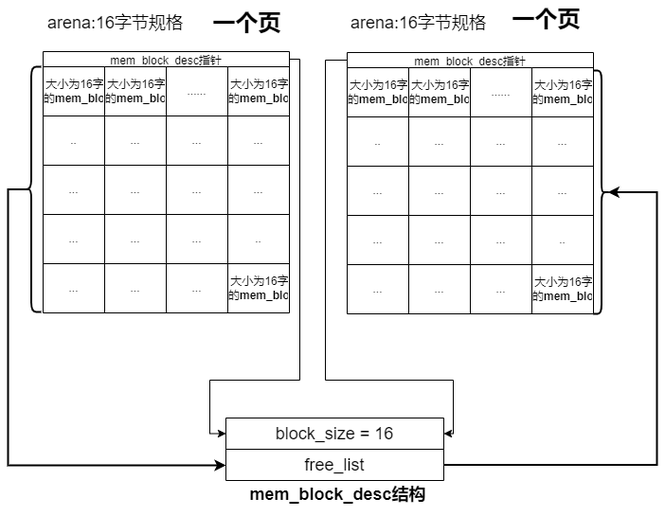
The draw.io diagram OS/arena图示.drawio.png in SixPlusAndTimes/drawio, before a commit. Source tidied: cells renumbered, new cells last; positions are measured from the earlier drawing's top-left corner, leaving out a move shared by most shapes.
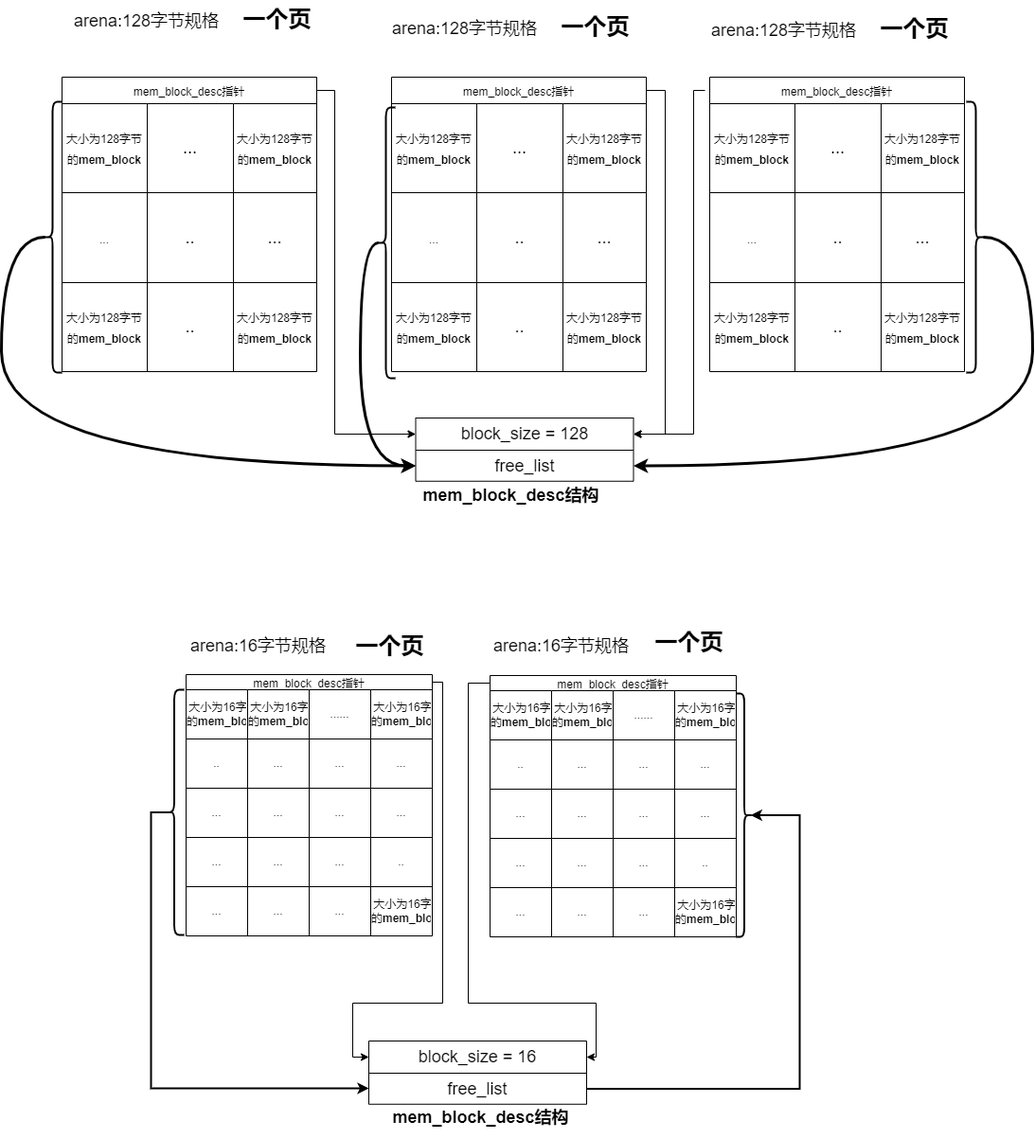
After the commit.

Diff of the diagram source:
```diff
@@ -199,12 +199,12 @@
     <mxCell id="65" style="shape=table;startSize=0;fontSize=18;" parent="1" vertex="1">
-      <mxGeometry x="230" y="441" width="230" height="66" as="geometry" />
+      <mxGeometry x="230" y="441" width="230" height="66.8" as="geometry" />
     </mxCell>
     <mxCell id="66" style="shape=tableRow;horizontal=0;startSize=0;swimlaneHead=0;swimlaneBody=0;top=0;left=0;bottom=0;right=0;fillColor=none;points=[[0,0.5],[1,0.5]];portConstraint=eastwest;fontSize=18;" parent="65" vertex="1">
-      <mxGeometry width="230" height="33" as="geometry" />
+      <mxGeometry width="230" height="34" as="geometry" />
     </mxCell>
     <mxCell id="67" value="block_size = 16" style="shape=partialRectangle;html=1;whiteSpace=wrap;overflow=hidden;fillColor=none;top=0;left=0;bottom=0;right=0;fontSize=18;" parent="66" vertex="1">
-      <mxGeometry width="230" height="33" as="geometry" />
+      <mxGeometry width="230" height="34" as="geometry" />
     </mxCell>
     <mxCell id="68" style="shape=tableRow;horizontal=0;startSize=0;swimlaneHead=0;swimlaneBody=0;top=0;left=0;bottom=0;right=0;fillColor=none;points=[[0,0.5],[1,0.5]];portConstraint=eastwest;fontSize=18;" parent="65" vertex="1">
-      <mxGeometry y="33" width="230" height="33" as="geometry" />
+      <mxGeometry y="34" width="230" height="33" as="geometry" />
     </mxCell>
@@ -244,2 +244,226 @@
     </mxCell>
+    <mxCell id="74" style="shape=table;startSize=0;fontSize=18;strokeWidth=1;" parent="1" vertex="1">
+      <mxGeometry x="-94" y="-577" width="269" height="311" as="geometry" />
+    </mxCell>
+    <mxCell id="75" style="shape=tableRow;horizontal=0;startSize=0;swimlaneHead=0;swimlaneBody=0;top=0;left=0;bottom=0;right=0;fillColor=none;points=[[0,0.5],[1,0.5]];portConstraint=eastwest;fontSize=18;strokeWidth=2;" parent="74" vertex="1">
+      <mxGeometry width="269" height="28" as="geometry" />
+    </mxCell>
+    <mxCell id="76" value="&lt;span style=&quot;font-size: 12px;&quot;&gt;mem_block_desc指针&lt;/span&gt;" style="shape=partialRectangle;html=1;whiteSpace=wrap;overflow=hidden;fillColor=none;top=0;left=0;bottom=0;right=0;fontSize=18;strokeWidth=2;rowspan=1;colspan=3;" parent="75" vertex="1">
+      <mxGeometry width="269" height="28" as="geometry" />
+    </mxCell>
+    <mxCell id="77" style="shape=tableRow;horizontal=0;startSize=0;swimlaneHead=0;swimlaneBody=0;top=0;left=0;bottom=0;right=0;fillColor=none;fontSize=18;strokeWidth=2;" parent="74" vertex="1">
+      <mxGeometry y="28" width="269" height="94" as="geometry" />
+    </mxCell>
+    <mxCell id="78" value="&lt;span style=&quot;font-size: 12px;&quot;&gt;大小为128字节的&lt;/span&gt;&lt;b style=&quot;font-size: 12px;&quot;&gt;mem_block&lt;/b&gt;" style="shape=partialRectangle;html=1;whiteSpace=wrap;overflow=hidden;fillColor=none;top=0;left=0;bottom=0;right=0;fontSize=18;strokeWidth=2;" parent="77" vertex="1">
+      <mxGeometry width="90" height="94" as="geometry" />
+    </mxCell>
+    <mxCell id="79" value="..." style="shape=partialRectangle;html=1;whiteSpace=wrap;overflow=hidden;fillColor=none;top=0;left=0;bottom=0;right=0;fontSize=18;strokeWidth=2;" parent="77" vertex="1">
+      <mxGeometry x="90" width="91" height="94" as="geometry" />
+    </mxCell>
+    <mxCell id="80" value="&lt;span style=&quot;font-size: 12px;&quot;&gt;大小为128字节的&lt;/span&gt;&lt;b style=&quot;font-size: 12px;&quot;&gt;mem_block&lt;/b&gt;" style="shape=partialRectangle;html=1;whiteSpace=wrap;overflow=hidden;fillColor=none;top=0;left=0;bottom=0;right=0;fontSize=18;strokeWidth=2;" parent="77" vertex="1">
+      <mxGeometry x="181" width="88" height="94" as="geometry" />
+    </mxCell>
+    <mxCell id="81" style="shape=tableRow;horizontal=0;startSize=0;swimlaneHead=0;swimlaneBody=0;top=0;left=0;bottom=0;right=0;fillColor=none;fontSize=18;strokeWidth=2;" parent="74" vertex="1">
+      <mxGeometry y="122" width="269" height="95" as="geometry" />
+    </mxCell>
+    <mxCell id="82" value="&lt;span style=&quot;font-size: 12px;&quot;&gt;...&lt;/span&gt;" style="shape=partialRectangle;html=1;whiteSpace=wrap;overflow=hidden;fillColor=none;top=0;left=0;bottom=0;right=0;fontSize=18;strokeWidth=2;" parent="81" vertex="1">
+      <mxGeometry width="90" height="95" as="geometry" />
+    </mxCell>
+    <mxCell id="83" value=".." style="shape=partialRectangle;html=1;whiteSpace=wrap;overflow=hidden;fillColor=none;top=0;left=0;bottom=0;right=0;fontSize=18;strokeWidth=2;" parent="81" vertex="1">
+      <mxGeometry x="90" width="91" height="95" as="geometry" />
+    </mxCell>
+    <mxCell id="84" value="..." style="shape=partialRectangle;html=1;whiteSpace=wrap;overflow=hidden;fillColor=none;top=0;left=0;bottom=0;right=0;fontSize=18;strokeWidth=2;" parent="81" vertex="1">
+      <mxGeometry x="181" width="88" height="95" as="geometry" />
+    </mxCell>
+    <mxCell id="85" style="shape=tableRow;horizontal=0;startSize=0;swimlaneHead=0;swimlaneBody=0;top=0;left=0;bottom=0;right=0;fillColor=none;fontSize=18;strokeWidth=2;" parent="74" vertex="1">
+      <mxGeometry y="217" width="269" height="94" as="geometry" />
+    </mxCell>
+    <mxCell id="86" value="&lt;span style=&quot;font-size: 12px;&quot;&gt;大小为128字节的&lt;/span&gt;&lt;b style=&quot;font-size: 12px;&quot;&gt;mem_block&lt;/b&gt;" style="shape=partialRectangle;html=1;whiteSpace=wrap;overflow=hidden;fillColor=none;top=0;left=0;bottom=0;right=0;fontSize=18;strokeWidth=2;" parent="85" vertex="1">
+      <mxGeometry width="90" height="94" as="geometry" />
+    </mxCell>
+    <mxCell id="87" value=".." style="shape=partialRectangle;html=1;whiteSpace=wrap;overflow=hidden;fillColor=none;top=0;left=0;bottom=0;right=0;fontSize=18;strokeWidth=2;" parent="85" vertex="1">
+      <mxGeometry x="90" width="91" height="94" as="geometry" />
+    </mxCell>
+    <mxCell id="88" value="&lt;span style=&quot;font-size: 12px;&quot;&gt;大小为128字节的&lt;/span&gt;&lt;b style=&quot;font-size: 12px;&quot;&gt;mem_block&lt;/b&gt;" style="shape=partialRectangle;html=1;whiteSpace=wrap;overflow=hidden;fillColor=none;top=0;left=0;bottom=0;right=0;fontSize=18;strokeWidth=2;" parent="85" vertex="1">
+      <mxGeometry x="181" width="88" height="94" as="geometry" />
+    </mxCell>
+    <mxCell id="89" value="&lt;font style=&quot;font-size: 18px;&quot;&gt;arena:128字节规格&lt;/font&gt;" style="text;html=1;strokeColor=none;fillColor=none;align=center;verticalAlign=middle;whiteSpace=wrap;rounded=0;" parent="1" vertex="1">
+      <mxGeometry x="-83" y="-656" width="157" height="40" as="geometry" />
+    </mxCell>
+    <mxCell id="90" value="一个页" style="text;strokeColor=none;fillColor=none;html=1;fontSize=24;fontStyle=1;verticalAlign=middle;align=center;" parent="1" vertex="1">
+      <mxGeometry x="83" y="-658" width="100" height="40" as="geometry" />
+    </mxCell>
+    <mxCell id="91" value="&lt;font style=&quot;font-size: 18px;&quot;&gt;arena:128字节规格&lt;/font&gt;" style="text;html=1;strokeColor=none;fillColor=none;align=center;verticalAlign=middle;whiteSpace=wrap;rounded=0;" parent="1" vertex="1">
+      <mxGeometry x="253" y="-648" width="157" height="40" as="geometry" />
+    </mxCell>
+    <mxCell id="92" value="一个页" style="text;strokeColor=none;fillColor=none;html=1;fontSize=24;fontStyle=1;verticalAlign=middle;align=center;" parent="1" vertex="1">
+      <mxGeometry x="419" y="-650" width="100" height="40" as="geometry" />
+    </mxCell>
+    <mxCell id="93" value="&lt;font style=&quot;font-size: 18px;&quot;&gt;arena:128字节规格&lt;/font&gt;" style="text;html=1;strokeColor=none;fillColor=none;align=center;verticalAlign=middle;whiteSpace=wrap;rounded=0;" parent="1" vertex="1">
+      <mxGeometry x="590" y="-646" width="157" height="40" as="geometry" />
+    </mxCell>
+    <mxCell id="94" value="一个页" style="text;strokeColor=none;fillColor=none;html=1;fontSize=24;fontStyle=1;verticalAlign=middle;align=center;" parent="1" vertex="1">
+      <mxGeometry x="756" y="-648" width="100" height="40" as="geometry" />
+    </mxCell>
+    <mxCell id="95" value="&lt;font style=&quot;font-size: 18px;&quot;&gt;&lt;b&gt;mem_block_desc结构&lt;/b&gt;&lt;/font&gt;" style="text;html=1;strokeColor=none;fillColor=none;align=center;verticalAlign=middle;whiteSpace=wrap;rounded=0;" parent="1" vertex="1">
+      <mxGeometry x="286" y="-157" width="189" height="44" as="geometry" />
+    </mxCell>
+    <mxCell id="96" style="shape=table;startSize=0;fontSize=18;" parent="1" vertex="1">
+      <mxGeometry x="279.5" y="-217" width="230" height="66.8" as="geometry" />
+    </mxCell>
+    <mxCell id="97" style="shape=tableRow;horizontal=0;startSize=0;swimlaneHead=0;swimlaneBody=0;top=0;left=0;bottom=0;right=0;fillColor=none;points=[[0,0.5],[1,0.5]];portConstraint=eastwest;fontSize=18;" parent="96" vertex="1">
+      <mxGeometry width="230" height="34" as="geometry" />
+    </mxCell>
+    <mxCell id="98" value="block_size = 128" style="shape=partialRectangle;html=1;whiteSpace=wrap;overflow=hidden;fillColor=none;top=0;left=0;bottom=0;right=0;fontSize=18;" parent="97" vertex="1">
+      <mxGeometry width="230" height="34" as="geometry" />
+    </mxCell>
+    <mxCell id="99" style="shape=tableRow;horizontal=0;startSize=0;swimlaneHead=0;swimlaneBody=0;top=0;left=0;bottom=0;right=0;fillColor=none;points=[[0,0.5],[1,0.5]];portConstraint=eastwest;fontSize=18;" parent="96" vertex="1">
+      <mxGeometry y="34" width="230" height="33" as="geometry" />
+    </mxCell>
+    <mxCell id="100" value="free_list" style="shape=partialRectangle;html=1;whiteSpace=wrap;overflow=hidden;fillColor=none;top=0;left=0;bottom=0;right=0;fontSize=18;" parent="99" vertex="1">
+      <mxGeometry width="230" height="33" as="geometry" />
+    </mxCell>
+    <mxCell id="101" style="shape=table;startSize=0;fontSize=18;strokeWidth=1;" parent="1" vertex="1">
+      <mxGeometry x="254" y="-577" width="269" height="311" as="geometry" />
+    </mxCell>
+    <mxCell id="102" style="shape=tableRow;horizontal=0;startSize=0;swimlaneHead=0;swimlaneBody=0;top=0;left=0;bottom=0;right=0;fillColor=none;points=[[0,0.5],[1,0.5]];portConstraint=eastwest;fontSize=18;strokeWidth=2;" parent="101" vertex="1">
+      <mxGeometry width="269" height="28" as="geometry" />
+    </mxCell>
+    <mxCell id="103" value="&lt;span style=&quot;font-size: 12px;&quot;&gt;mem_block_desc指针&lt;/span&gt;" style="shape=partialRectangle;html=1;whiteSpace=wrap;overflow=hidden;fillColor=none;top=0;left=0;bottom=0;right=0;fontSize=18;strokeWidth=2;rowspan=1;colspan=3;" parent="102" vertex="1">
+      <mxGeometry width="269" height="28" as="geometry" />
+    </mxCell>
+    <mxCell id="104" style="shape=tableRow;horizontal=0;startSize=0;swimlaneHead=0;swimlaneBody=0;top=0;left=0;bottom=0;right=0;fillColor=none;fontSize=18;strokeWidth=2;" parent="101" vertex="1">
+      <mxGeometry y="28" width="269" height="94" as="geometry" />
+    </mxCell>
+    <mxCell id="105" value="&lt;span style=&quot;font-size: 12px;&quot;&gt;大小为128字节的&lt;/span&gt;&lt;b style=&quot;font-size: 12px;&quot;&gt;mem_block&lt;/b&gt;" style="shape=partialRectangle;html=1;whiteSpace=wrap;overflow=hidden;fillColor=none;top=0;left=0;bottom=0;right=0;fontSize=18;strokeWidth=2;" parent="104" vertex="1">
+      <mxGeometry width="90" height="94" as="geometry" />
+    </mxCell>
+    <mxCell id="106" value="..." style="shape=partialRectangle;html=1;whiteSpace=wrap;overflow=hidden;fillColor=none;top=0;left=0;bottom=0;right=0;fontSize=18;strokeWidth=2;" parent="104" vertex="1">
+      <mxGeometry x="90" width="91" height="94" as="geometry" />
+    </mxCell>
+    <mxCell id="107" value="&lt;span style=&quot;font-size: 12px;&quot;&gt;大小为128字节的&lt;/span&gt;&lt;b style=&quot;font-size: 12px;&quot;&gt;mem_block&lt;/b&gt;" style="shape=partialRectangle;html=1;whiteSpace=wrap;overflow=hidden;fillColor=none;top=0;left=0;bottom=0;right=0;fontSize=18;strokeWidth=2;" parent="104" vertex="1">
+      <mxGeometry x="181" width="88" height="94" as="geometry" />
+    </mxCell>
+    <mxCell id="108" style="shape=tableRow;horizontal=0;startSize=0;swimlaneHead=0;swimlaneBody=0;top=0;left=0;bottom=0;right=0;fillColor=none;fontSize=18;strokeWidth=2;" parent="101" vertex="1">
+      <mxGeometry y="122" width="269" height="95" as="geometry" />
+    </mxCell>
+    <mxCell id="109" value="&lt;span style=&quot;font-size: 12px;&quot;&gt;...&lt;/span&gt;" style="shape=partialRectangle;html=1;whiteSpace=wrap;overflow=hidden;fillColor=none;top=0;left=0;bottom=0;right=0;fontSize=18;strokeWidth=2;" parent="108" vertex="1">
+      <mxGeometry width="90" height="95" as="geometry" />
+    </mxCell>
+    <mxCell id="110" value=".." style="shape=partialRectangle;html=1;whiteSpace=wrap;overflow=hidden;fillColor=none;top=0;left=0;bottom=0;right=0;fontSize=18;strokeWidth=2;" parent="108" vertex="1">
+      <mxGeometry x="90" width="91" height="95" as="geometry" />
+    </mxCell>
+    <mxCell id="111" value="..." style="shape=partialRectangle;html=1;whiteSpace=wrap;overflow=hidden;fillColor=none;top=0;left=0;bottom=0;right=0;fontSize=18;strokeWidth=2;" parent="108" vertex="1">
+      <mxGeometry x="181" width="88" height="95" as="geometry" />
+    </mxCell>
+    <mxCell id="112" style="shape=tableRow;horizontal=0;startSize=0;swimlaneHead=0;swimlaneBody=0;top=0;left=0;bottom=0;right=0;fillColor=none;fontSize=18;strokeWidth=2;" parent="101" vertex="1">
+      <mxGeometry y="217" width="269" height="94" as="geometry" />
+    </mxCell>
+    <mxCell id="113" value="&lt;span style=&quot;font-size: 12px;&quot;&gt;大小为128字节的&lt;/span&gt;&lt;b style=&quot;font-size: 12px;&quot;&gt;mem_block&lt;/b&gt;" style="shape=partialRectangle;html=1;whiteSpace=wrap;overflow=hidden;fillColor=none;top=0;left=0;bottom=0;right=0;fontSize=18;strokeWidth=2;" parent="112" vertex="1">
+      <mxGeometry width="90" height="94" as="geometry" />
+    </mxCell>
+    <mxCell id="114" value=".." style="shape=partialRectangle;html=1;whiteSpace=wrap;overflow=hidden;fillColor=none;top=0;left=0;bottom=0;right=0;fontSize=18;strokeWidth=2;" parent="112" vertex="1">
+      <mxGeometry x="90" width="91" height="94" as="geometry" />
+    </mxCell>
+    <mxCell id="115" value="&lt;span style=&quot;font-size: 12px;&quot;&gt;大小为128字节的&lt;/span&gt;&lt;b style=&quot;font-size: 12px;&quot;&gt;mem_block&lt;/b&gt;" style="shape=partialRectangle;html=1;whiteSpace=wrap;overflow=hidden;fillColor=none;top=0;left=0;bottom=0;right=0;fontSize=18;strokeWidth=2;" parent="112" vertex="1">
+      <mxGeometry x="181" width="88" height="94" as="geometry" />
+    </mxCell>
+    <mxCell id="116" style="shape=table;startSize=0;fontSize=18;strokeWidth=1;" parent="1" vertex="1">
+      <mxGeometry x="590" y="-577" width="269" height="311" as="geometry" />
+    </mxCell>
+    <mxCell id="117" style="shape=tableRow;horizontal=0;startSize=0;swimlaneHead=0;swimlaneBody=0;top=0;left=0;bottom=0;right=0;fillColor=none;fontSize=18;strokeWidth=2;" parent="116" vertex="1">
+      <mxGeometry width="269" height="28" as="geometry" />
+    </mxCell>
+    <mxCell id="118" value="&lt;span style=&quot;font-size: 12px;&quot;&gt;mem_block_desc指针&lt;/span&gt;" style="shape=partialRectangle;html=1;whiteSpace=wrap;overflow=hidden;fillColor=none;top=0;left=0;bottom=0;right=0;fontSize=18;strokeWidth=2;rowspan=1;colspan=3;" parent="117" vertex="1">
+      <mxGeometry width="269" height="28" as="geometry" />
+    </mxCell>
+    <mxCell id="119" style="shape=tableRow;horizontal=0;startSize=0;swimlaneHead=0;swimlaneBody=0;top=0;left=0;bottom=0;right=0;fillColor=none;fontSize=18;strokeWidth=2;" parent="116" vertex="1">
+      <mxGeometry y="28" width="269" height="94" as="geometry" />
+    </mxCell>
+    <mxCell id="120" value="&lt;span style=&quot;font-size: 12px;&quot;&gt;大小为128字节的&lt;/span&gt;&lt;b style=&quot;font-size: 12px;&quot;&gt;mem_block&lt;/b&gt;" style="shape=partialRectangle;html=1;whiteSpace=wrap;overflow=hidden;fillColor=none;top=0;left=0;bottom=0;right=0;fontSize=18;strokeWidth=2;" parent="119" vertex="1">
+      <mxGeometry width="90" height="94" as="geometry" />
+    </mxCell>
+    <mxCell id="121" value="..." style="shape=partialRectangle;html=1;whiteSpace=wrap;overflow=hidden;fillColor=none;top=0;left=0;bottom=0;right=0;fontSize=18;strokeWidth=2;" parent="119" vertex="1">
+      <mxGeometry x="90" width="91" height="94" as="geometry" />
+    </mxCell>
+    <mxCell id="122" value="&lt;span style=&quot;font-size: 12px;&quot;&gt;大小为128字节的&lt;/span&gt;&lt;b style=&quot;font-size: 12px;&quot;&gt;mem_block&lt;/b&gt;" style="shape=partialRectangle;html=1;whiteSpace=wrap;overflow=hidden;fillColor=none;top=0;left=0;bottom=0;right=0;fontSize=18;strokeWidth=2;" parent="119" vertex="1">
+      <mxGeometry x="181" width="88" height="94" as="geometry" />
+    </mxCell>
+    <mxCell id="123" style="shape=tableRow;horizontal=0;startSize=0;swimlaneHead=0;swimlaneBody=0;top=0;left=0;bottom=0;right=0;fillColor=none;fontSize=18;strokeWidth=2;" parent="116" vertex="1">
+      <mxGeometry y="122" width="269" height="95" as="geometry" />
+    </mxCell>
+    <mxCell id="124" value="&lt;span style=&quot;font-size: 12px;&quot;&gt;...&lt;/span&gt;" style="shape=partialRectangle;html=1;whiteSpace=wrap;overflow=hidden;fillColor=none;top=0;left=0;bottom=0;right=0;fontSize=18;strokeWidth=2;" parent="123" vertex="1">
+      <mxGeometry width="90" height="95" as="geometry" />
+    </mxCell>
+    <mxCell id="125" value=".." style="shape=partialRectangle;html=1;whiteSpace=wrap;overflow=hidden;fillColor=none;top=0;left=0;bottom=0;right=0;fontSize=18;strokeWidth=2;" parent="123" vertex="1">
+      <mxGeometry x="90" width="91" height="95" as="geometry" />
+    </mxCell>
+    <mxCell id="126" value="..." style="shape=partialRectangle;html=1;whiteSpace=wrap;overflow=hidden;fillColor=none;top=0;left=0;bottom=0;right=0;fontSize=18;strokeWidth=2;" parent="123" vertex="1">
+      <mxGeometry x="181" width="88" height="95" as="geometry" />
+    </mxCell>
+    <mxCell id="127" style="shape=tableRow;horizontal=0;startSize=0;swimlaneHead=0;swimlaneBody=0;top=0;left=0;bottom=0;right=0;fillColor=none;fontSize=18;strokeWidth=2;" parent="116" vertex="1">
+      <mxGeometry y="217" width="269" height="94" as="geometry" />
+    </mxCell>
+    <mxCell id="128" value="&lt;span style=&quot;font-size: 12px;&quot;&gt;大小为128字节的&lt;/span&gt;&lt;b style=&quot;font-size: 12px;&quot;&gt;mem_block&lt;/b&gt;" style="shape=partialRectangle;html=1;whiteSpace=wrap;overflow=hidden;fillColor=none;top=0;left=0;bottom=0;right=0;fontSize=18;strokeWidth=2;" parent="127" vertex="1">
+      <mxGeometry width="90" height="94" as="geometry" />
+    </mxCell>
+    <mxCell id="129" value=".." style="shape=partialRectangle;html=1;whiteSpace=wrap;overflow=hidden;fillColor=none;top=0;left=0;bottom=0;right=0;fontSize=18;strokeWidth=2;" parent="127" vertex="1">
+      <mxGeometry x="90" width="91" height="94" as="geometry" />
+    </mxCell>
+    <mxCell id="130" value="&lt;span style=&quot;font-size: 12px;&quot;&gt;大小为128字节的&lt;/span&gt;&lt;b style=&quot;font-size: 12px;&quot;&gt;mem_block&lt;/b&gt;" style="shape=partialRectangle;html=1;whiteSpace=wrap;overflow=hidden;fillColor=none;top=0;left=0;bottom=0;right=0;fontSize=18;strokeWidth=2;" parent="127" vertex="1">
+      <mxGeometry x="181" width="88" height="94" as="geometry" />
+    </mxCell>
+    <mxCell id="131" style="edgeStyle=orthogonalEdgeStyle;rounded=0;jettySize=auto;html=1;exitX=1;exitY=0.5;exitDx=0;exitDy=0;entryX=0;entryY=0.5;entryDx=0;entryDy=0;fontSize=18;strokeWidth=1;" parent="1" edge="1" source="75" target="97">
+      <mxGeometry relative="1" as="geometry">
+        <Array as="points">
+          <mxPoint x="194" y="-563" />
+          <mxPoint x="194" y="-200" />
+        </Array>
+      </mxGeometry>
+    </mxCell>
+    <mxCell id="132" style="edgeStyle=orthogonalEdgeStyle;rounded=0;jettySize=auto;html=1;exitX=1;exitY=0.5;exitDx=0;exitDy=0;entryX=1;entryY=0.5;entryDx=0;entryDy=0;fontSize=18;strokeWidth=1;" parent="1" edge="1" source="102" target="97">
+      <mxGeometry relative="1" as="geometry" />
+    </mxCell>
+    <mxCell id="133" style="edgeStyle=orthogonalEdgeStyle;rounded=0;jettySize=auto;html=1;entryX=1;entryY=0.5;entryDx=0;entryDy=0;fontSize=18;strokeWidth=1;" parent="1" edge="1" target="97">
+      <mxGeometry relative="1" as="geometry">
+        <mxPoint x="585" y="-563" as="sourcePoint" />
+        <Array as="points">
+          <mxPoint x="573" y="-563" />
+          <mxPoint x="573" y="-200" />
+        </Array>
+      </mxGeometry>
+    </mxCell>
+    <mxCell id="134" style="edgeStyle=orthogonalEdgeStyle;rounded=0;jettySize=auto;html=1;exitX=0.1;exitY=0.5;exitDx=0;exitDy=0;exitPerimeter=0;entryX=0;entryY=0.5;entryDx=0;entryDy=0;fontSize=18;strokeWidth=3;curved=1;" parent="1" edge="1" source="135" target="99">
+      <mxGeometry relative="1" as="geometry">
+        <Array as="points">
+          <mxPoint x="-158" y="-408" />
+          <mxPoint x="-158" y="-166" />
+        </Array>
+      </mxGeometry>
+    </mxCell>
+    <mxCell id="135" style="shape=curlyBracket;whiteSpace=wrap;html=1;rounded=1;fontSize=18;strokeWidth=2;" parent="1" vertex="1">
+      <mxGeometry x="-114" y="-551" width="20" height="286" as="geometry" />
+    </mxCell>
+    <mxCell id="136" style="edgeStyle=orthogonalEdgeStyle;curved=1;rounded=0;jettySize=auto;html=1;exitX=0.1;exitY=0.5;exitDx=0;exitDy=0;exitPerimeter=0;entryX=0;entryY=0.5;entryDx=0;entryDy=0;fontSize=18;strokeWidth=3;" parent="1" edge="1" source="137" target="99">
+      <mxGeometry relative="1" as="geometry">
+        <Array as="points">
+          <mxPoint x="221" y="-402" />
+          <mxPoint x="221" y="-166" />
+        </Array>
+      </mxGeometry>
+    </mxCell>
+    <mxCell id="137" style="shape=curlyBracket;whiteSpace=wrap;html=1;rounded=1;fontSize=18;strokeWidth=2;" parent="1" vertex="1">
+      <mxGeometry x="238" y="-545" width="20" height="286" as="geometry" />
+    </mxCell>
+    <mxCell id="138" style="edgeStyle=orthogonalEdgeStyle;curved=1;rounded=0;jettySize=auto;html=1;exitX=0.1;exitY=0.5;exitDx=0;exitDy=0;exitPerimeter=0;entryX=1;entryY=0.5;entryDx=0;entryDy=0;fontSize=18;strokeWidth=3;" parent="1" edge="1" source="139" target="99">
+      <mxGeometry relative="1" as="geometry">
+        <Array as="points">
+          <mxPoint x="931" y="-408" />
+          <mxPoint x="931" y="-166" />
+        </Array>
+      </mxGeometry>
+    </mxCell>
+    <mxCell id="139" style="shape=curlyBracket;whiteSpace=wrap;html=1;rounded=1;fontSize=18;strokeWidth=2;rotation=-180;" parent="1" vertex="1">
+      <mxGeometry x="861" y="-551" width="20" height="286" as="geometry" />
+    </mxCell>
   </root>
```
